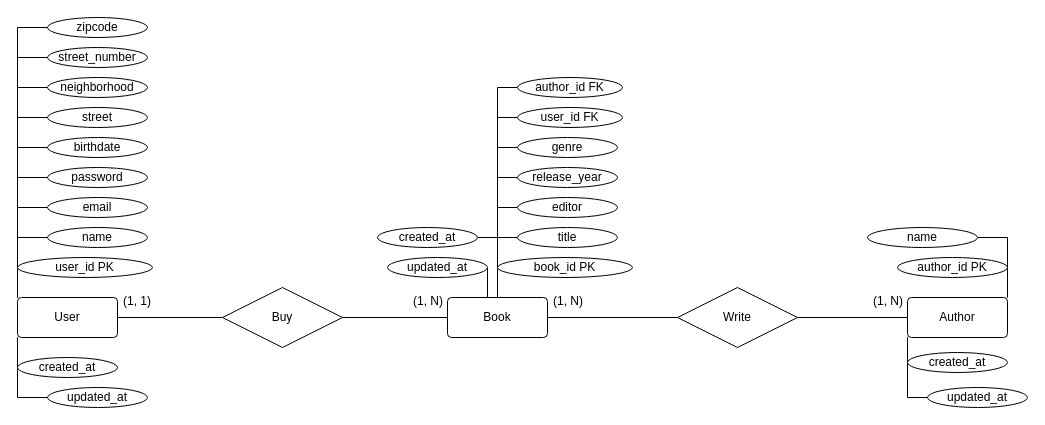
This is public/assets/er-diagram.drawio from v-giorgio/api-restful-ejcm, a draw.io file, before an edit. Source tidied: cells renumbered, new cells numbered last; positions are measured from the earlier drawing's top-left corner, leaving out a move shared by most shapes. Both pictures are drawn from the tidied source at 100%, with x=0, y=0 at pixel (17, 17).
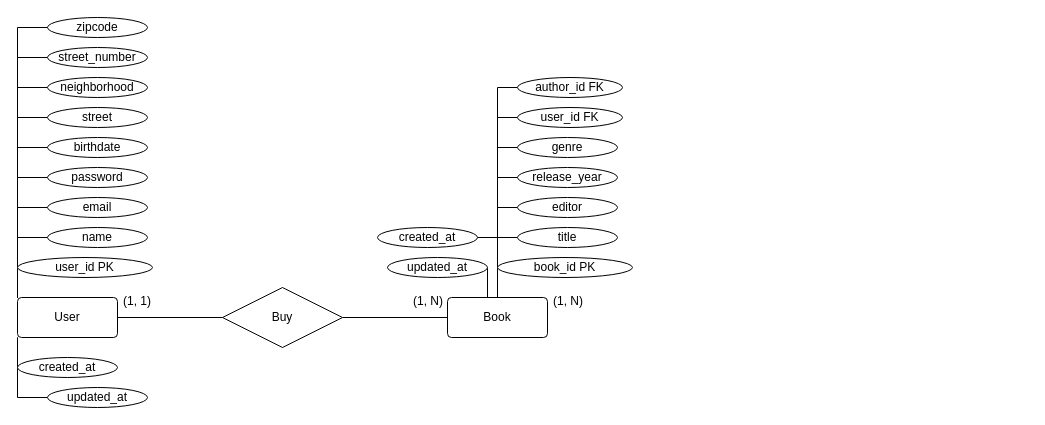
Above is the later version.

The change refers to these unchanged cells:
```xml
<mxCell id="25" value="Book" style="rounded=1;arcSize=10;whiteSpace=wrap;html=1;align=center;" parent="1" vertex="1">
  <mxGeometry x="430" y="280" width="100" height="40" as="geometry" />
</mxCell>
```

Diff of the diagram source:
```diff
@@
-    <mxCell id="20" style="edgeStyle=orthogonalEdgeStyle;rounded=0;jettySize=auto;html=1;exitX=1;exitY=0.5;exitDx=0;exitDy=0;entryX=0;entryY=0.5;entryDx=0;entryDy=0;endArrow=none;endFill=0;" parent="1" edge="1" source="25" target="52">
-      <mxGeometry relative="1" as="geometry" />
-    </mxCell>
@@
-    <mxCell id="46" style="edgeStyle=orthogonalEdgeStyle;rounded=0;jettySize=auto;html=1;exitX=0;exitY=1;exitDx=0;exitDy=0;entryX=0;entryY=0.5;entryDx=0;entryDy=0;endArrow=none;endFill=0;" parent="1" edge="1" source="50" target="57">
-      <mxGeometry relative="1" as="geometry" />
-    </mxCell>
-    <mxCell id="47" style="edgeStyle=orthogonalEdgeStyle;rounded=0;jettySize=auto;html=1;exitX=0;exitY=1;exitDx=0;exitDy=0;entryX=0;entryY=0.5;entryDx=0;entryDy=0;endArrow=none;endFill=0;" parent="1" edge="1" source="50" target="58">
-      <mxGeometry relative="1" as="geometry" />
-    </mxCell>
-    <mxCell id="48" style="edgeStyle=orthogonalEdgeStyle;rounded=0;jettySize=auto;html=1;exitX=1;exitY=0;exitDx=0;exitDy=0;entryX=1;entryY=0.5;entryDx=0;entryDy=0;endArrow=none;endFill=0;" parent="1" edge="1" source="50" target="61">
-      <mxGeometry relative="1" as="geometry" />
-    </mxCell>
-    <mxCell id="49" style="edgeStyle=orthogonalEdgeStyle;rounded=0;jettySize=auto;html=1;exitX=1;exitY=0;exitDx=0;exitDy=0;entryX=1;entryY=0.5;entryDx=0;entryDy=0;endArrow=none;endFill=0;" parent="1" edge="1" source="50" target="62">
-      <mxGeometry relative="1" as="geometry" />
-    </mxCell>
-    <mxCell id="50" value="Author" style="rounded=1;arcSize=10;whiteSpace=wrap;html=1;align=center;" parent="1" vertex="1">
-      <mxGeometry x="890" y="280" width="100" height="40" as="geometry" />
-    </mxCell>
-    <mxCell id="51" style="edgeStyle=orthogonalEdgeStyle;rounded=0;jettySize=auto;html=1;exitX=1;exitY=0.5;exitDx=0;exitDy=0;entryX=0;entryY=0.5;entryDx=0;entryDy=0;endArrow=none;endFill=0;" parent="1" edge="1" source="52" target="50">
-      <mxGeometry relative="1" as="geometry" />
-    </mxCell>
-    <mxCell id="52" value="Write" style="shape=rhombus;perimeter=rhombusPerimeter;whiteSpace=wrap;html=1;align=center;" parent="1" vertex="1">
-      <mxGeometry x="660" y="270" width="120" height="60" as="geometry" />
-    </mxCell>
@@
-    <mxCell id="54" value="(1, N)" style="text;strokeColor=none;fillColor=none;spacingLeft=4;spacingRight=4;overflow=hidden;fontSize=12;" parent="1" vertex="1">
-      <mxGeometry x="850" y="270" width="60" height="30" as="geometry" />
-    </mxCell>
@@
-    <mxCell id="57" value="created_at" style="ellipse;whiteSpace=wrap;html=1;align=center;" parent="1" vertex="1">
-      <mxGeometry x="890" y="335" width="100" height="20" as="geometry" />
-    </mxCell>
-    <mxCell id="58" value="updated_at" style="ellipse;whiteSpace=wrap;html=1;align=center;" parent="1" vertex="1">
-      <mxGeometry x="910" y="370" width="100" height="20" as="geometry" />
-    </mxCell>
@@
-    <mxCell id="61" value="author_id PK" style="ellipse;whiteSpace=wrap;html=1;align=center;" parent="1" vertex="1">
-      <mxGeometry x="880" y="240" width="110" height="20" as="geometry" />
-    </mxCell>
-    <mxCell id="62" value="name" style="ellipse;whiteSpace=wrap;html=1;align=center;" parent="1" vertex="1">
-      <mxGeometry x="850" y="210" width="110" height="20" as="geometry" />
-    </mxCell>
```
